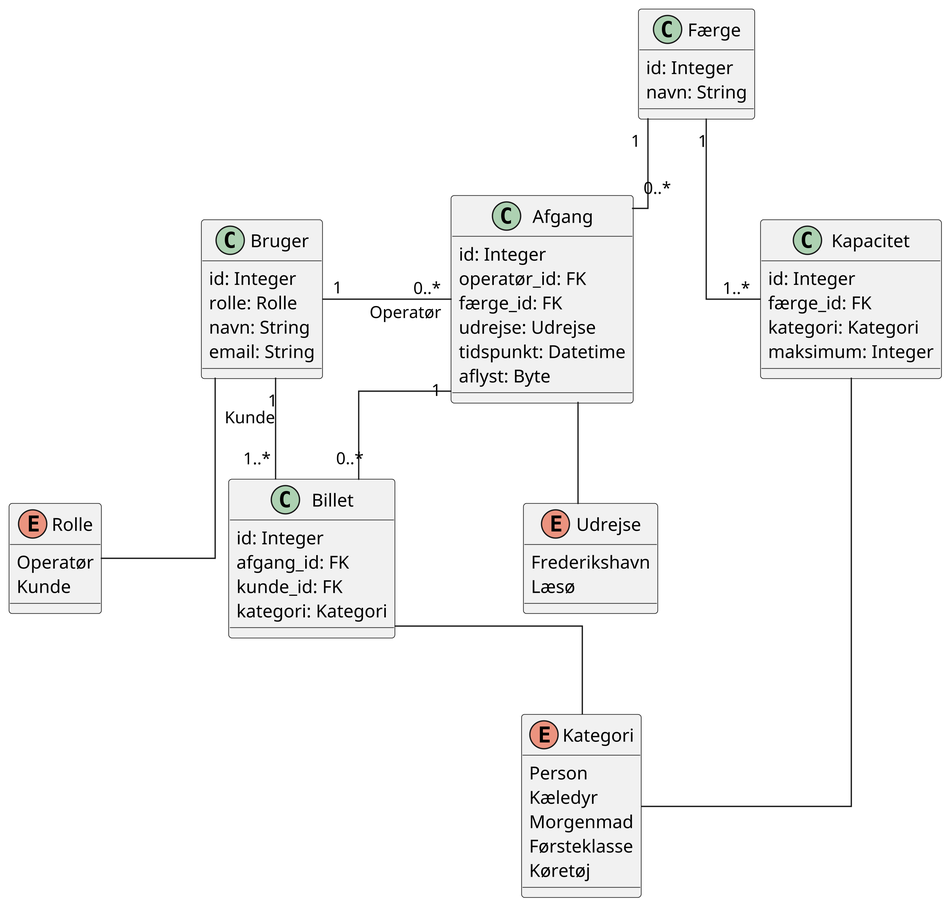
This is public/data_model.png from marc8193/H6PD080126, a PlantUML export, as it was before one commit. Its diagram source:
```plantuml
@startuml
skinparam linetype ortho
skinparam dpi 400
skinparam nodesep 100

enum Rolle
{
  Operatør
  Kunde
}

class Bruger
{
  id: Integer
  rolle: Rolle
  navn: String
  email: String
}

enum Udrejse
{
  Frederikshavn
  Læsø
}

class Færge
{
  id: Integer
  navn: String
}

enum Kategori
{
  Person
  Kæledyr
  Morgenmad
  Førsteklasse
  Køretøj
}

class Kapacitet
{
  id: Integer
  færge_id: FK
  kategori: Kategori
  maksimum: Integer
}

class Afgang
{
  id: Integer
  operatør_id: FK
  færge_id: FK
  udrejse: Udrejse
  tidspunkt: Datetime
  aflyst: Byte
}

class Billet
{
  id: Integer
  afgang_id: FK
  kunde_id: FK
  kategori: Kategori
}

Bruger -- Rolle
Afgang -- Udrejse
Billet -- Kategori
Kapacitet -- Kategori

Bruger "1" -right- "0..*" Afgang: Operatør
Færge "1" -- "0..*" Afgang
Færge "1" -- "1..*" Kapacitet

Afgang "1" -- "0..*" Billet
Bruger "1" -- "1..*" Billet: Kunde

@enduml
```
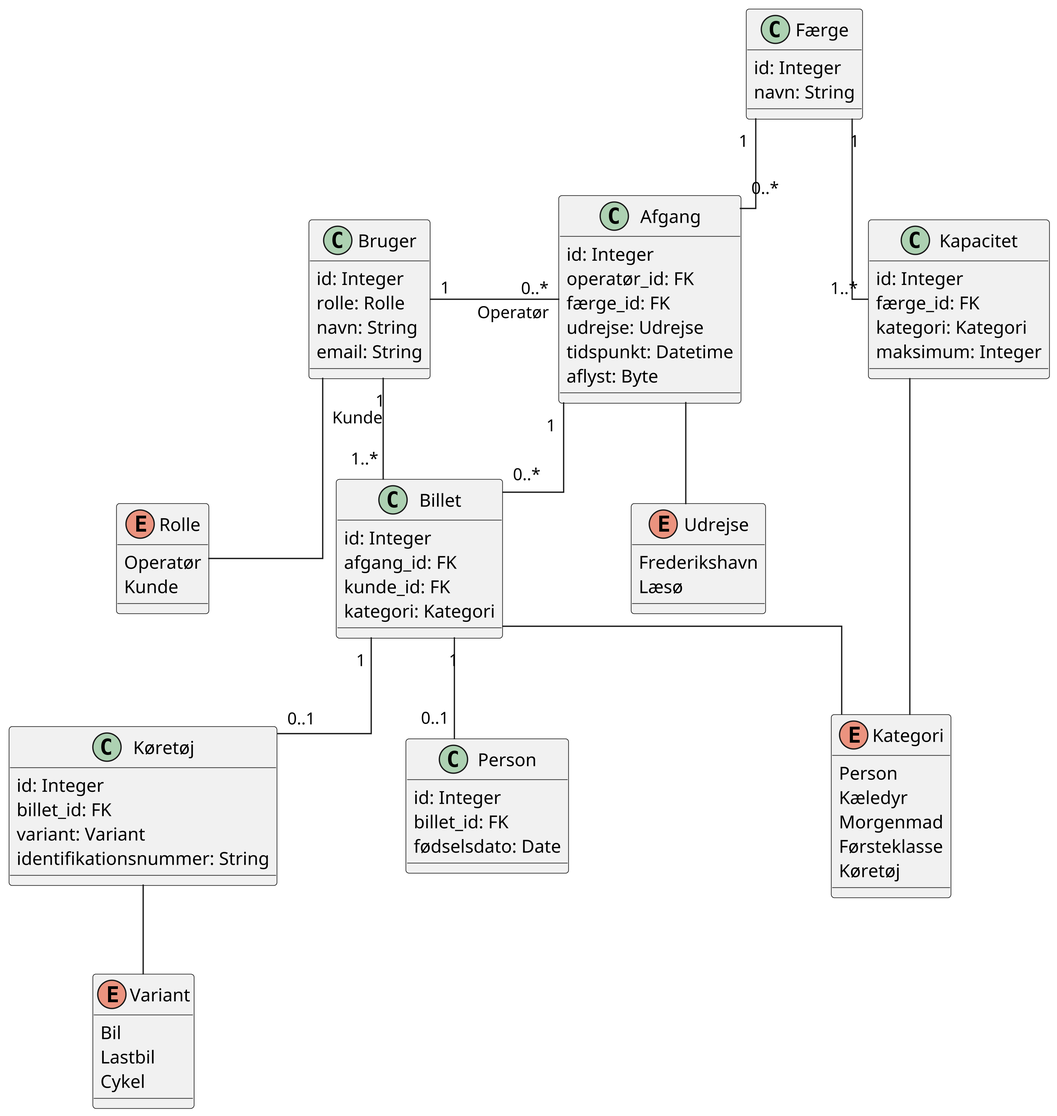
The same file after the commit.

Commit message:
Forfin datamodel

The edit, as a diff of the source:
```diff
@@ -64,10 +64,33 @@
   kategori: Kategori
 }
 
+enum Variant
+{
+  Bil
+  Lastbil
+  Cykel
+}
+
+class Køretøj
+{
+  id: Integer
+  billet_id: FK
+  variant: Variant
+  identifikationsnummer: String
+}
+
+class Person
+{
+  id: Integer
+  billet_id: FK
+  fødselsdato: Date
+}
+
 Bruger -- Rolle
 Afgang -- Udrejse
 Billet -- Kategori
 Kapacitet -- Kategori
+Køretøj -- Variant
 
 Bruger "1" -right- "0..*" Afgang: Operatør
 Færge "1" -- "0..*" Afgang
@@ -76,4 +99,7 @@
 Afgang "1" -- "0..*" Billet
 Bruger "1" -- "1..*" Billet: Kunde
 
+Billet "1" -- "0..1" Køretøj
+Billet "1" -- "0..1" Person
+
 @enduml
```
